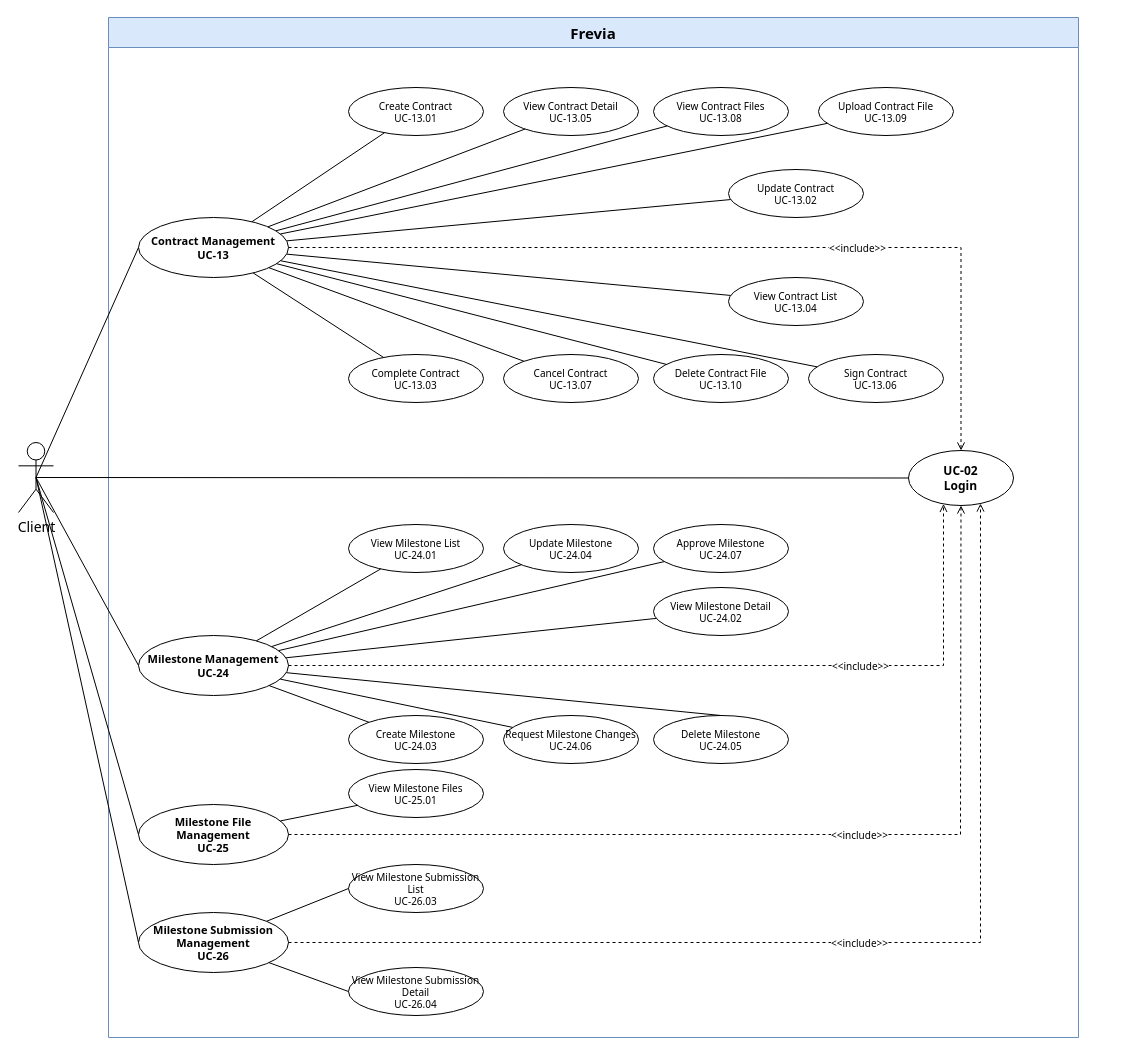
This is page "Client 3/6" (3 of 6) of uc-diagrams/Client.drawio from Thunggg/Frevia, a draw.io file, before an edit. Source tidied: cells renumbered, new cells numbered last; positions are measured from the earlier drawing's top-left corner, leaving out a move shared by most shapes. Both pictures are drawn from the tidied source at 100%, with x=0, y=0 at pixel (18, 17).
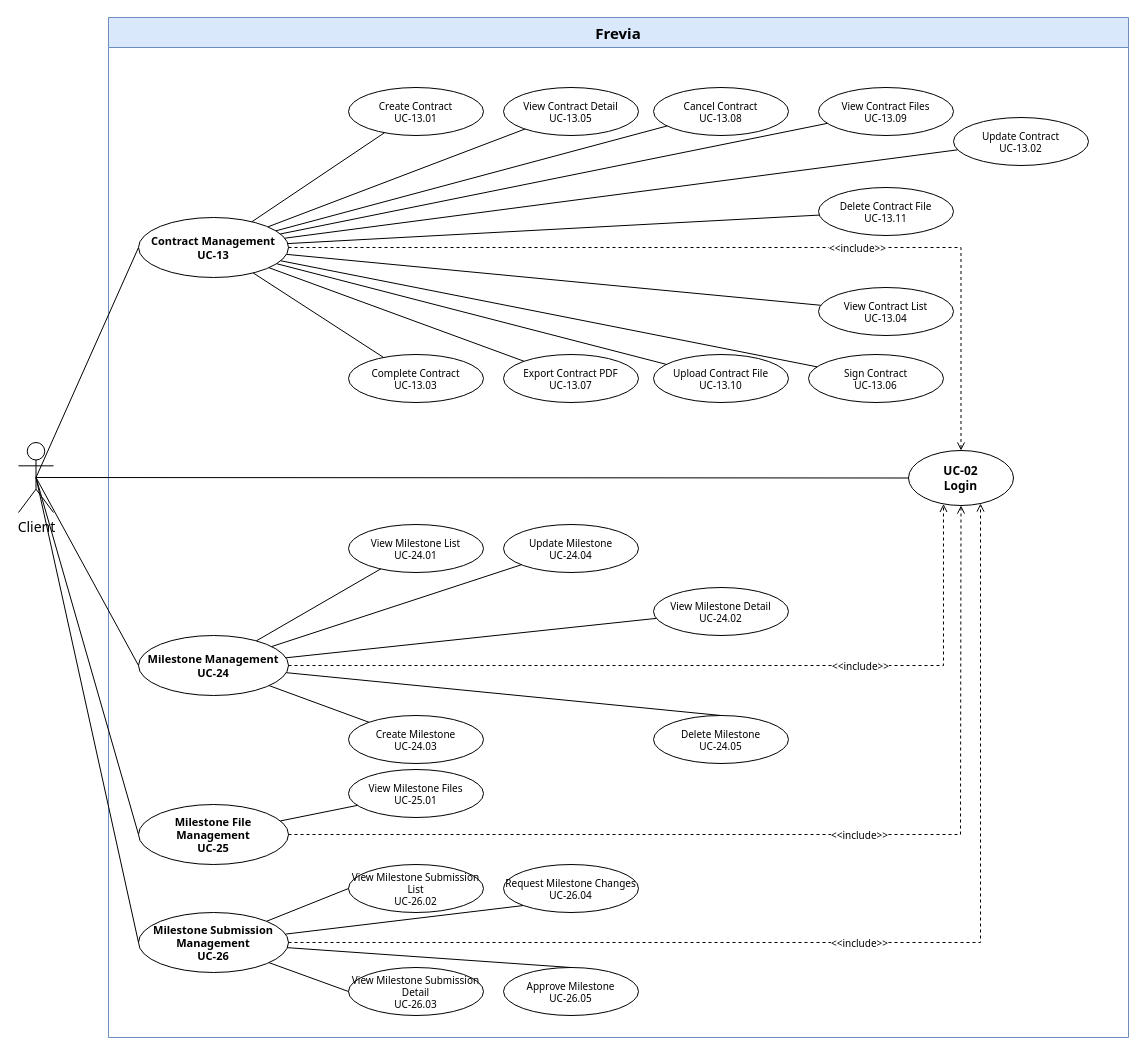
After the change.

Unchanged cells that the change refers to:
```xml
<mxCell id="4" value="Contract Management&#10;UC-13" style="ellipse;whiteSpace=wrap;html=1;fontSize=11;fontFamily=Tahoma;fontStyle=1;fillColor=#ffffff;strokeColor=#000000;" parent="2" vertex="1">
  <mxGeometry x="30" y="200" width="150" height="60" as="geometry" />
</mxCell>
<mxCell id="15" value="Milestone Management&#10;UC-24" style="ellipse;whiteSpace=wrap;html=1;fontSize=11;fontFamily=Tahoma;fontStyle=1;fillColor=#ffffff;strokeColor=#000000;" parent="2" vertex="1">
  <mxGeometry x="30" y="618" width="150" height="60" as="geometry" />
</mxCell>
<mxCell id="25" value="Milestone Submission Management&#10;UC-26" style="ellipse;whiteSpace=wrap;html=1;fontSize=11;fontFamily=Tahoma;fontStyle=1;fillColor=#ffffff;strokeColor=#000000;" parent="2" vertex="1">
  <mxGeometry x="30" y="895" width="150" height="60" as="geometry" />
</mxCell>
```

What changed in the source:
```diff
@@
     <mxCell id="2" value="Frevia" style="swimlane;whiteSpace=wrap;html=1;startSize=30;fontSize=15;fontFamily=Tahoma;fontStyle=1;fillColor=#dae8fc;strokeColor=#6c8ebf;" parent="1" vertex="1">
-      <mxGeometry x="90" width="970" height="1020" as="geometry" />
+      <mxGeometry x="90" width="1020" height="1020" as="geometry" />
     </mxCell>
@@
     <mxCell id="6" value="Update Contract&#10;UC-13.02" style="ellipse;whiteSpace=wrap;html=1;fontSize=10;fontFamily=Tahoma;fillColor=#ffffff;strokeColor=#000000;" parent="2" vertex="1">
-      <mxGeometry x="620" y="152" width="135" height="48" as="geometry" />
+      <mxGeometry x="845" y="100" width="135" height="48" as="geometry" />
     </mxCell>
@@
     <mxCell id="8" value="View Contract List&#10;UC-13.04" style="ellipse;whiteSpace=wrap;html=1;fontSize=10;fontFamily=Tahoma;fillColor=#ffffff;strokeColor=#000000;" parent="2" vertex="1">
-      <mxGeometry x="620" y="260" width="135" height="48" as="geometry" />
+      <mxGeometry x="710" y="270" width="135" height="48" as="geometry" />
     </mxCell>
@@
-    <mxCell id="11" value="Cancel Contract&#10;UC-13.07" style="ellipse;whiteSpace=wrap;html=1;fontSize=10;fontFamily=Tahoma;fillColor=#ffffff;strokeColor=#000000;" parent="2" vertex="1">
+    <mxCell id="11" value="Export Contract PDF&#10;UC-13.07" style="ellipse;whiteSpace=wrap;html=1;fontSize=10;fontFamily=Tahoma;fillColor=#ffffff;strokeColor=#000000;" parent="2" vertex="1">
       <mxGeometry x="395" y="337" width="135" height="48" as="geometry" />
     </mxCell>
-    <mxCell id="12" value="View Contract Files&#10;UC-13.08" style="ellipse;whiteSpace=wrap;html=1;fontSize=10;fontFamily=Tahoma;fillColor=#ffffff;strokeColor=#000000;" parent="2" vertex="1">
+    <mxCell id="12" value="Cancel Contract&#10;UC-13.08" style="ellipse;whiteSpace=wrap;html=1;fontSize=10;fontFamily=Tahoma;fillColor=#ffffff;strokeColor=#000000;" parent="2" vertex="1">
       <mxGeometry x="545" y="70" width="135" height="48" as="geometry" />
     </mxCell>
-    <mxCell id="13" value="Upload Contract File&#10;UC-13.09" style="ellipse;whiteSpace=wrap;html=1;fontSize=10;fontFamily=Tahoma;fillColor=#ffffff;strokeColor=#000000;" parent="2" vertex="1">
+    <mxCell id="13" value="View Contract Files&#10;UC-13.09" style="ellipse;whiteSpace=wrap;html=1;fontSize=10;fontFamily=Tahoma;fillColor=#ffffff;strokeColor=#000000;" parent="2" vertex="1">
       <mxGeometry x="710" y="70" width="135" height="48" as="geometry" />
     </mxCell>
-    <mxCell id="14" value="Delete Contract File&#10;UC-13.10" style="ellipse;whiteSpace=wrap;html=1;fontSize=10;fontFamily=Tahoma;fillColor=#ffffff;strokeColor=#000000;" parent="2" vertex="1">
+    <mxCell id="14" value="Upload Contract File&#10;UC-13.10" style="ellipse;whiteSpace=wrap;html=1;fontSize=10;fontFamily=Tahoma;fillColor=#ffffff;strokeColor=#000000;" parent="2" vertex="1">
       <mxGeometry x="545" y="337" width="135" height="48" as="geometry" />
     </mxCell>
@@
-    <mxCell id="21" value="Request Milestone Changes&#10;UC-24.06" style="ellipse;whiteSpace=wrap;html=1;fontSize=10;fontFamily=Tahoma;fillColor=#ffffff;strokeColor=#000000;" parent="2" vertex="1">
-      <mxGeometry x="395" y="698" width="135" height="48" as="geometry" />
-    </mxCell>
-    <mxCell id="22" value="Approve Milestone&#10;UC-24.07" style="ellipse;whiteSpace=wrap;html=1;fontSize=10;fontFamily=Tahoma;fillColor=#ffffff;strokeColor=#000000;" parent="2" vertex="1">
-      <mxGeometry x="545" y="507" width="135" height="48" as="geometry" />
-    </mxCell>
@@
-    <mxCell id="26" value="View Milestone Submission List&#10;UC-26.03" style="ellipse;whiteSpace=wrap;html=1;fontSize=10;fontFamily=Tahoma;fillColor=#ffffff;strokeColor=#000000;" parent="2" vertex="1">
+    <mxCell id="26" value="View Milestone Submission List&#10;UC-26.02" style="ellipse;whiteSpace=wrap;html=1;fontSize=10;fontFamily=Tahoma;fillColor=#ffffff;strokeColor=#000000;" parent="2" vertex="1">
       <mxGeometry x="240" y="847" width="135" height="48" as="geometry" />
     </mxCell>
-    <mxCell id="27" value="View Milestone Submission Detail&#10;UC-26.04" style="ellipse;whiteSpace=wrap;html=1;fontSize=10;fontFamily=Tahoma;fillColor=#ffffff;strokeColor=#000000;" parent="2" vertex="1">
+    <mxCell id="27" value="View Milestone Submission Detail&#10;UC-26.03" style="ellipse;whiteSpace=wrap;html=1;fontSize=10;fontFamily=Tahoma;fillColor=#ffffff;strokeColor=#000000;" parent="2" vertex="1">
       <mxGeometry x="240" y="950" width="135" height="48" as="geometry" />
     </mxCell>
@@
+    <mxCell id="58" value="Delete Contract File&#10;UC-13.11" style="ellipse;whiteSpace=wrap;html=1;fontSize=10;fontFamily=Tahoma;fillColor=#ffffff;strokeColor=#000000;" parent="2" vertex="1">
+      <mxGeometry x="710" y="170" width="135" height="48" as="geometry" />
+    </mxCell>
+    <mxCell id="59" value="Request Milestone Changes&#10;UC-26.04" style="ellipse;whiteSpace=wrap;html=1;fontSize=10;fontFamily=Tahoma;fillColor=#ffffff;strokeColor=#000000;" parent="2" vertex="1">
+      <mxGeometry x="395" y="847" width="135" height="48" as="geometry" />
+    </mxCell>
+    <mxCell id="60" value="Approve Milestone&#10;UC-26.05" style="ellipse;whiteSpace=wrap;html=1;fontSize=10;fontFamily=Tahoma;fillColor=#ffffff;strokeColor=#000000;" parent="2" vertex="1">
+      <mxGeometry x="395" y="950" width="135" height="48" as="geometry" />
+    </mxCell>
@@
-    <mxCell id="50" style="endArrow=none;html=1;rounded=0;fontFamily=Tahoma;fontSize=13;" parent="1" edge="1" source="15" target="21">
-      <mxGeometry relative="1" as="geometry" />
-    </mxCell>
-    <mxCell id="51" style="endArrow=none;html=1;rounded=0;fontFamily=Tahoma;fontSize=13;" parent="1" edge="1" source="15" target="22">
-      <mxGeometry relative="1" as="geometry" />
-    </mxCell>
@@
+    <mxCell id="61" style="endArrow=none;html=1;rounded=0;fontFamily=Tahoma;fontSize=13;" parent="1" edge="1" source="4" target="58">
+      <mxGeometry relative="1" as="geometry" />
+    </mxCell>
+    <mxCell id="62" style="endArrow=none;html=1;rounded=0;fontFamily=Tahoma;fontSize=13;entryX=0;entryY=1;entryDx=0;entryDy=0;" parent="1" edge="1" source="25" target="59">
+      <mxGeometry relative="1" as="geometry" />
+    </mxCell>
+    <mxCell id="63" style="endArrow=none;html=1;rounded=0;fontFamily=Tahoma;fontSize=13;entryX=0.5;entryY=0;entryDx=0;entryDy=0;" parent="1" edge="1" source="25" target="60">
+      <mxGeometry relative="1" as="geometry" />
+    </mxCell>
```
